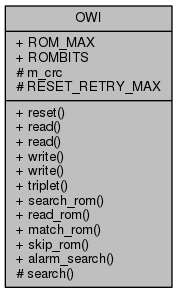
mikaelpatel/mikaelpatel.github.io keeps this Graphviz diagram as Arduino-OWI/d4/dc0/classOWI__coll__graph.png. Above is the earlier version. Its source is kept beside it as Arduino-OWI/d4/dc0/classOWI__coll__graph.dot.
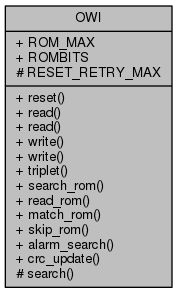
The same file after the commit.

What changed in the source:
```diff
@@ -2,5 +2,5 @@
 {
   edge [fontname="Helvetica",fontsize="10",labelfontname="Helvetica",labelfontsize="10"];
   node [fontname="Helvetica",fontsize="10",shape=record];
-  Node1 [label="{OWI\n|+ ROM_MAX\l+ ROMBITS\l# m_crc\l# RESET_RETRY_MAX\l|+ reset()\l+ read()\l+ read()\l+ write()\l+ write()\l+ triplet()\l+ search_rom()\l+ read_rom()\l+ match_rom()\l+ skip_rom()\l+ alarm_search()\l# search()\l}",height=0.2,width=0.4,color="black", fillcolor="grey75", style="filled", fontcolor="black"];
+  Node1 [label="{OWI\n|+ ROM_MAX\l+ ROMBITS\l# RESET_RETRY_MAX\l|+ reset()\l+ read()\l+ read()\l+ write()\l+ write()\l+ triplet()\l+ search_rom()\l+ read_rom()\l+ match_rom()\l+ skip_rom()\l+ alarm_search()\l+ crc_update()\l# search()\l}",height=0.2,width=0.4,color="black", fillcolor="grey75", style="filled", fontcolor="black"];
 }
```
